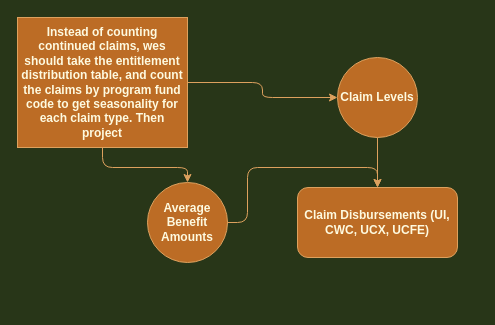
Above: Untitled Diagram.drawio in ngholom-DLI/practice-branching (draw.io), before the change. Source tidied: cells renumbered, new cells numbered last; positions are measured from the earlier drawing's top-left corner, leaving out a move shared by most shapes. Both pictures are drawn from the tidied source at 100%, with x=0, y=0 at pixel (17, 17).
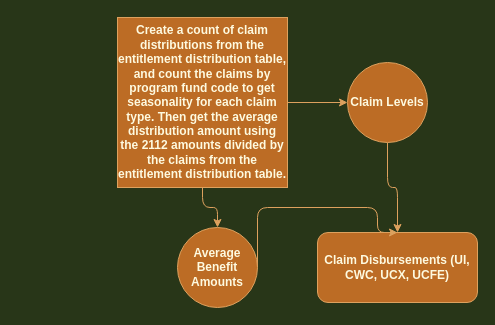
After the change.

Change to the diagram source:
```diff
@@
 <mxGraphModel background="#283618">
   <root>
     <mxCell id="0" />
     <mxCell id="1" parent="0" />
     <mxCell id="2" value="&lt;b&gt;Claim Disbursements (UI, CWC, UCX, UCFE)&lt;/b&gt;" style="rounded=1;whiteSpace=wrap;html=1;fontSize=12;glass=0;strokeWidth=1;shadow=0;fillColor=#BC6C25;strokeColor=#DDA15E;fontColor=#FEFAE0;" parent="1" vertex="1">
-      <mxGeometry x="280" y="170" width="160" height="70" as="geometry" />
+      <mxGeometry x="300" y="215" width="160" height="70" as="geometry" />
     </mxCell>
-    <mxCell id="3" style="edgeStyle=orthogonalEdgeStyle;curved=0;rounded=1;sketch=0;jettySize=auto;html=1;fontColor=#FEFAE0;strokeColor=#DDA15E;fillColor=#BC6C25;entryX=0.5;entryY=0;entryDx=0;entryDy=0;exitX=0;exitY=0.5;exitDx=0;exitDy=0;" parent="1" edge="1" source="4" target="2">
+    <mxCell id="3" style="edgeStyle=orthogonalEdgeStyle;curved=0;rounded=1;sketch=0;jettySize=auto;html=1;fontColor=#FEFAE0;strokeColor=#DDA15E;fillColor=#BC6C25;entryX=0.5;entryY=0;entryDx=0;entryDy=0;exitX=1;exitY=0.5;exitDx=0;exitDy=0;" parent="1" edge="1" source="4" target="2">
       <mxGeometry relative="1" as="geometry">
         <Array as="points">
-          <mxPoint x="230" y="205" />
-          <mxPoint x="230" y="150" />
-          <mxPoint x="360" y="150" />
+          <mxPoint x="240" y="190" />
+          <mxPoint x="360" y="190" />
+          <mxPoint x="360" y="215" />
         </Array>
       </mxGeometry>
     </mxCell>
     <mxCell id="4" value="&lt;b&gt;Average Benefit Amounts&lt;/b&gt;" style="ellipse;whiteSpace=wrap;html=1;rounded=0;sketch=0;fontColor=#FEFAE0;strokeColor=#DDA15E;fillColor=#BC6C25;" parent="1" vertex="1">
-      <mxGeometry x="130" y="165" width="80" height="80" as="geometry" />
+      <mxGeometry x="160" y="210" width="80" height="80" as="geometry" />
     </mxCell>
     <mxCell id="5" style="edgeStyle=orthogonalEdgeStyle;curved=0;rounded=1;sketch=0;jettySize=auto;html=1;fontColor=#FEFAE0;strokeColor=#DDA15E;fillColor=#BC6C25;" parent="1" edge="1" source="6" target="2">
       <mxGeometry relative="1" as="geometry" />
     </mxCell>
     <mxCell id="6" value="&lt;b&gt;Claim Levels&lt;/b&gt;" style="ellipse;whiteSpace=wrap;html=1;rounded=0;sketch=0;fontColor=#FEFAE0;strokeColor=#DDA15E;fillColor=#BC6C25;" parent="1" vertex="1">
-      <mxGeometry x="320" y="40" width="80" height="80" as="geometry" />
+      <mxGeometry x="330" y="45" width="80" height="80" as="geometry" />
     </mxCell>
     <mxCell id="7" style="edgeStyle=orthogonalEdgeStyle;curved=0;rounded=1;sketch=0;jettySize=auto;html=1;fontColor=#FEFAE0;strokeColor=#DDA15E;fillColor=#BC6C25;" parent="1" edge="1" source="9" target="6">
       <mxGeometry relative="1" as="geometry" />
     </mxCell>
     <mxCell id="8" style="edgeStyle=orthogonalEdgeStyle;curved=0;rounded=1;sketch=0;jettySize=auto;html=1;fontColor=#FEFAE0;strokeColor=#DDA15E;fillColor=#BC6C25;" parent="1" edge="1" source="9" target="4">
       <mxGeometry relative="1" as="geometry" />
     </mxCell>
-    <mxCell id="9" value="&lt;b&gt;Instead of counting continued claims, wes should take the entitlement distribution table, and count the claims by program fund code to get seasonality for each claim type. Then project&lt;/b&gt;" style="whiteSpace=wrap;html=1;fillColor=#BC6C25;strokeColor=#DDA15E;fontColor=#FEFAE0;rounded=0;sketch=0;" parent="1" vertex="1">
-      <mxGeometry width="170" height="130" as="geometry" />
+    <mxCell id="9" value="&lt;b&gt;Create a count of claim distributions from the entitlement distribution table, and count the claims by program fund code to get seasonality for each claim type. Then get the average distribution amount using the 2112 amounts divided by the claims from the entitlement distribution table.&lt;/b&gt;" style="whiteSpace=wrap;html=1;fillColor=#BC6C25;strokeColor=#DDA15E;fontColor=#FEFAE0;rounded=0;sketch=0;" parent="1" vertex="1">
+      <mxGeometry x="100" width="170" height="170" as="geometry" />
     </mxCell>
   </root>
 </mxGraphModel>
```
